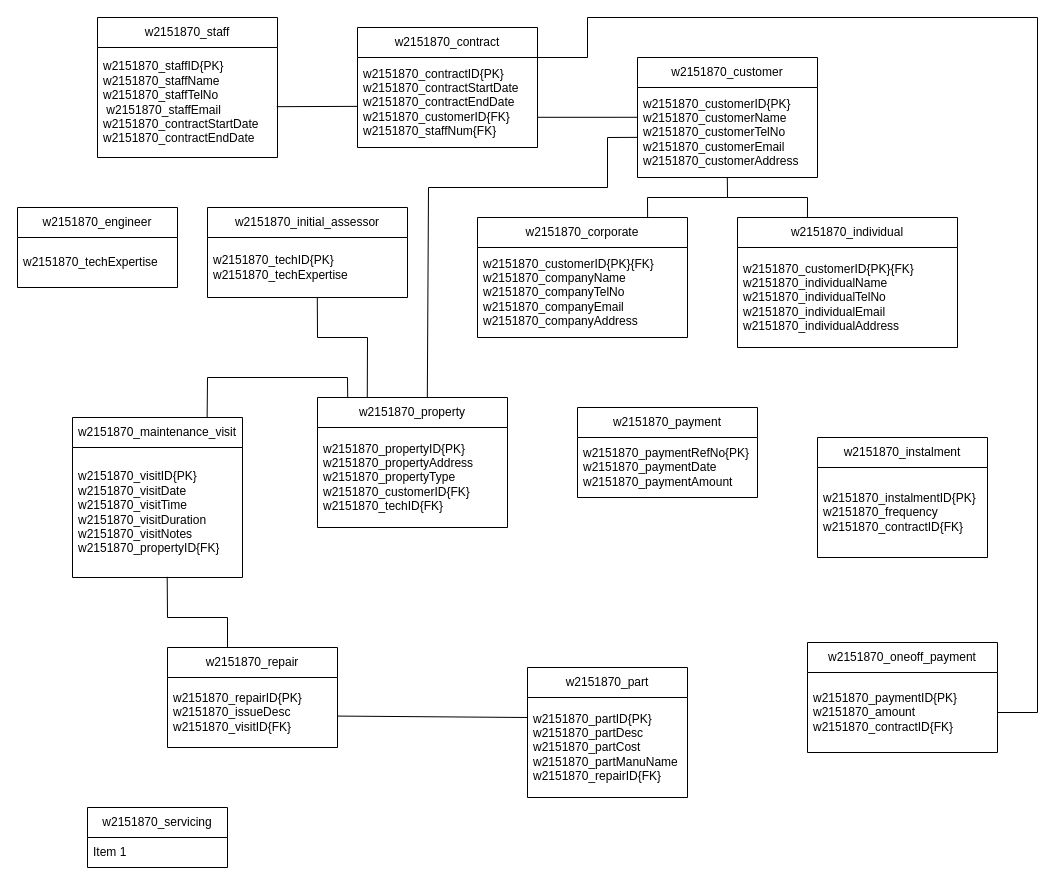
Above: question_8.drawio in Yoda200512/skills-introduction-to-github (draw.io), before the change. Source tidied: cells renumbered, new cells numbered last; positions are measured from the earlier drawing's top-left corner, leaving out a move shared by most shapes. Both pictures are drawn from the tidied source at 100%, with x=0, y=0 at pixel (17, 17).
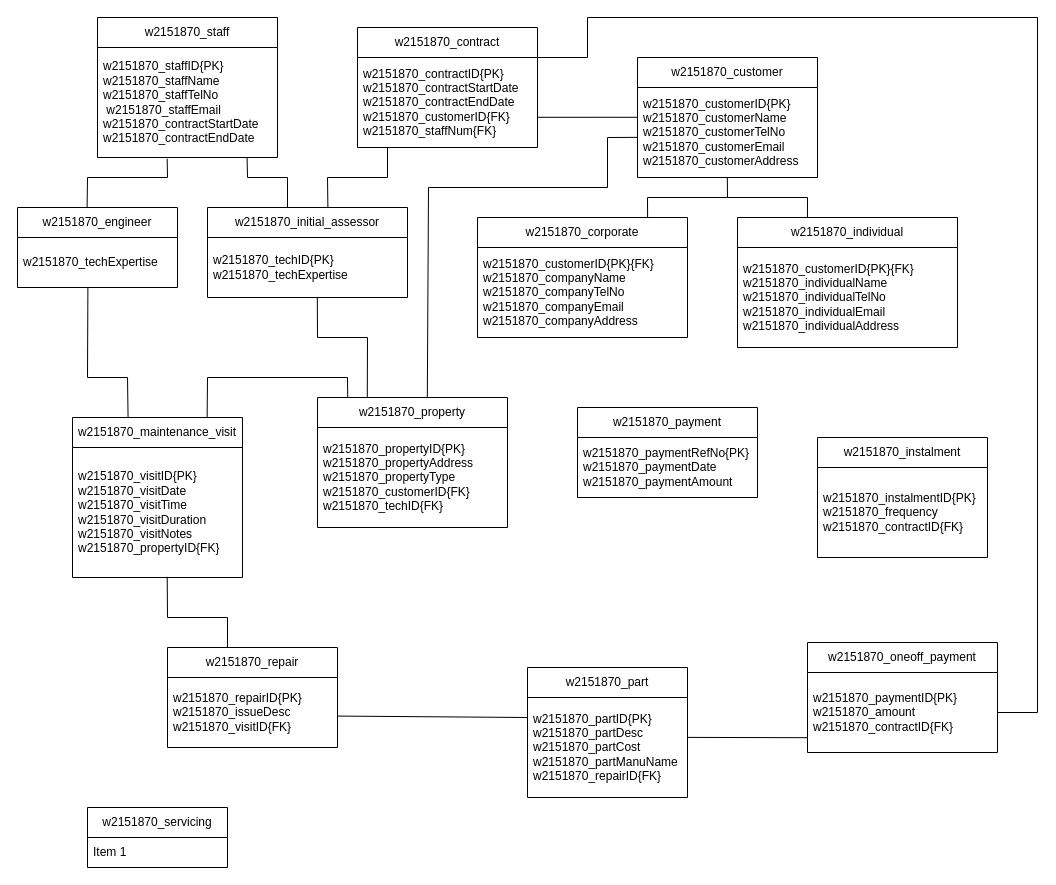
After the change.

Unchanged cells that the change refers to:
```xml
<mxCell id="3" value="w2151870_staffID{PK}&lt;br&gt;w2151870_staffName&lt;br&gt;w2151870_staffTelNo&lt;br&gt;&amp;nbsp;w2151870_staffEmail&lt;br&gt;w2151870_contractStartDate&lt;br&gt;w2151870_contractEndDate" style="text;strokeColor=none;fillColor=none;align=left;verticalAlign=middle;spacingLeft=4;spacingRight=4;overflow=hidden;points=[[0,0.5],[1,0.5]];portConstraint=eastwest;whiteSpace=wrap;html=1;" parent="2" vertex="1">
  <mxGeometry y="30" width="180" height="110" as="geometry" />
</mxCell>
<mxCell id="5" value="w2151870_contractID{PK}&lt;br&gt;w2151870_contractStartDate&lt;br&gt;w2151870_contractEndDate&lt;br&gt;w2151870_customerID{FK}&lt;br&gt;w2151870_staffNum{FK}" style="text;strokeColor=none;fillColor=none;align=left;verticalAlign=middle;spacingLeft=4;spacingRight=4;overflow=hidden;points=[[0,0.5],[1,0.5]];portConstraint=eastwest;whiteSpace=wrap;html=1;" parent="4" vertex="1">
  <mxGeometry y="30" width="180" height="90" as="geometry" />
</mxCell>
<mxCell id="12" value="w2151870_initial_assessor" style="swimlane;fontStyle=0;horizontal=1;startSize=30;whiteSpace=wrap;html=1;" parent="1" vertex="1">
  <mxGeometry x="190" y="190" width="200" height="90" as="geometry" />
</mxCell>
<mxCell id="14" value="w2151870_maintenance_visit" style="swimlane;fontStyle=0;horizontal=1;startSize=30;whiteSpace=wrap;html=1;" parent="1" vertex="1">
  <mxGeometry x="55" y="400" width="170" height="160" as="geometry" />
</mxCell>
<mxCell id="19" value="w2151870_paymentID{PK}&lt;br&gt;w2151870_amount&lt;br&gt;w2151870_contractID{FK}" style="text;strokeColor=none;fillColor=none;align=left;verticalAlign=middle;spacingLeft=4;spacingRight=4;overflow=hidden;points=[[0,0.5],[1,0.5]];portConstraint=eastwest;whiteSpace=wrap;html=1;" parent="18" vertex="1">
  <mxGeometry y="30" width="190" height="80" as="geometry" />
</mxCell>
<mxCell id="22" value="w2151870_engineer" style="swimlane;fontStyle=0;horizontal=1;startSize=30;whiteSpace=wrap;html=1;" parent="1" vertex="1">
  <mxGeometry y="190" width="160" height="80" as="geometry" />
</mxCell>
<mxCell id="23" value="w2151870_techExpertise" style="text;strokeColor=none;fillColor=none;align=left;verticalAlign=middle;spacingLeft=4;spacingRight=4;overflow=hidden;points=[[0,0.5],[1,0.5]];portConstraint=eastwest;whiteSpace=wrap;html=1;" parent="22" vertex="1">
  <mxGeometry y="30" width="160" height="50" as="geometry" />
</mxCell>
<mxCell id="31" value="w2151870_partID{PK}&lt;br&gt;w2151870_partDesc&lt;br&gt;w2151870_partCost&lt;br&gt;w2151870_partManuName&lt;br&gt;w2151870_repairID{FK}" style="text;strokeColor=none;fillColor=none;align=left;verticalAlign=middle;spacingLeft=4;spacingRight=4;overflow=hidden;points=[[0,0.5],[1,0.5]];portConstraint=eastwest;whiteSpace=wrap;html=1;" parent="30" vertex="1">
  <mxGeometry y="30" width="160" height="100" as="geometry" />
</mxCell>
```

What changed in the source:
```diff
@@
-    <mxCell id="32" style="endArrow=none;html=1;rounded=0;entryX=0.002;entryY=0.543;entryDx=0;entryDy=0;entryPerimeter=0;exitX=0.996;exitY=0.538;exitDx=0;exitDy=0;exitPerimeter=0;" parent="1" edge="1" source="3" target="5">
-      <mxGeometry relative="1" as="geometry" />
+    <mxCell id="32" style="endArrow=none;html=1;rounded=0;entryX=0.4;entryY=0;entryDx=0;entryDy=0;entryPerimeter=0;exitX=0.831;exitY=1.003;exitDx=0;exitDy=0;exitPerimeter=0;" parent="1" edge="1" source="3" target="12">
+      <mxGeometry relative="1" as="geometry">
+        <Array as="points">
+          <mxPoint x="230" y="160" />
+          <mxPoint x="270" y="160" />
+        </Array>
+      </mxGeometry>
     </mxCell>
@@
+    <mxCell id="42" style="endArrow=none;html=1;rounded=0;exitX=0.602;exitY=0;exitDx=0;exitDy=0;exitPerimeter=0;" parent="1" edge="1" source="12">
+      <mxGeometry relative="1" as="geometry">
+        <mxPoint x="370" y="130" as="targetPoint" />
+        <Array as="points">
+          <mxPoint x="310" y="160" />
+          <mxPoint x="370" y="160" />
+        </Array>
+      </mxGeometry>
+    </mxCell>
+    <mxCell id="43" style="endArrow=none;html=1;rounded=0;entryX=0.387;entryY=1.011;entryDx=0;entryDy=0;entryPerimeter=0;exitX=0.435;exitY=-0.001;exitDx=0;exitDy=0;exitPerimeter=0;" parent="1" edge="1" source="22" target="3">
+      <mxGeometry relative="1" as="geometry">
+        <Array as="points">
+          <mxPoint x="70" y="160" />
+          <mxPoint x="150" y="160" />
+        </Array>
+      </mxGeometry>
+    </mxCell>
+    <mxCell id="44" style="endArrow=none;html=1;rounded=0;entryX=0.327;entryY=0.003;entryDx=0;entryDy=0;entryPerimeter=0;exitX=0.44;exitY=1.004;exitDx=0;exitDy=0;exitPerimeter=0;" parent="1" edge="1" source="23" target="14">
+      <mxGeometry relative="1" as="geometry">
+        <Array as="points">
+          <mxPoint x="70" y="360" />
+          <mxPoint x="110" y="360" />
+        </Array>
+      </mxGeometry>
+    </mxCell>
+    <mxCell id="45" style="endArrow=none;html=1;rounded=0;exitX=1.003;exitY=0.399;exitDx=0;exitDy=0;exitPerimeter=0;entryX=-0.002;entryY=0.815;entryDx=0;entryDy=0;entryPerimeter=0;" parent="1" edge="1" source="31" target="19">
+      <mxGeometry relative="1" as="geometry" />
+    </mxCell>
```
